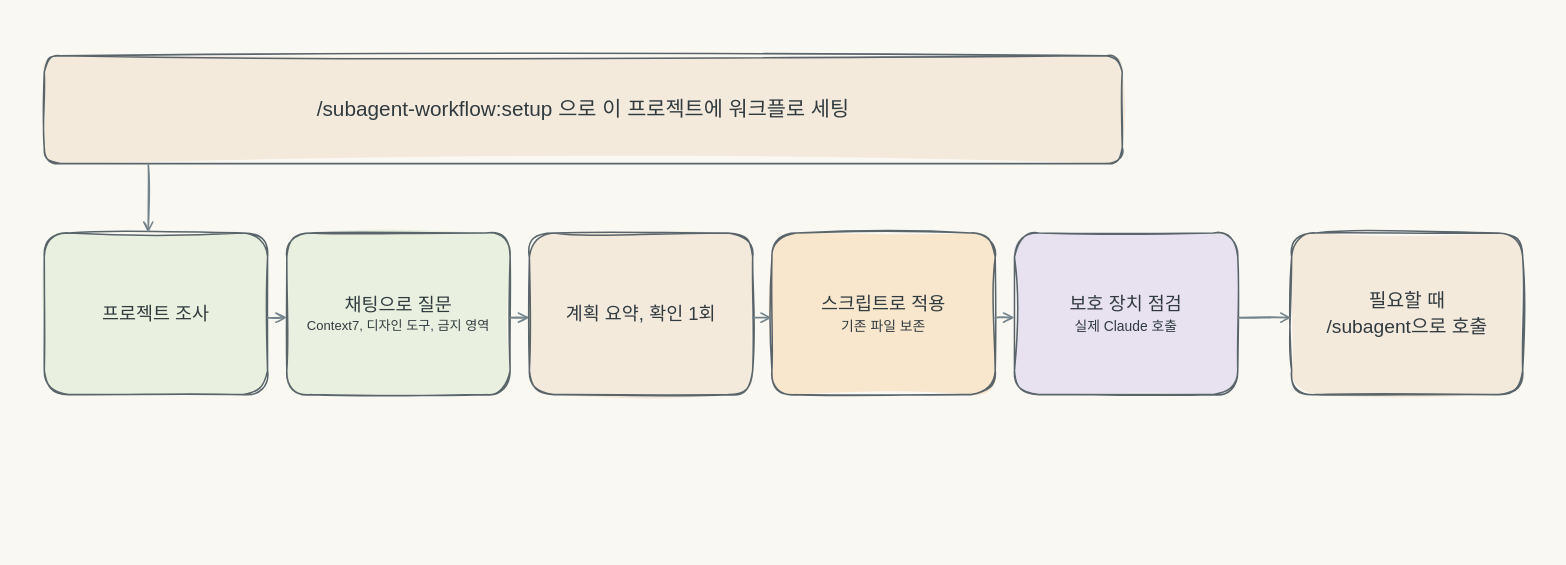
This is docs/assets/drawio/install-flow.ko.drawio from jbeat30/claude-subagent-workflow, a draw.io file, before an edit. Source tidied: cells renumbered, new cells numbered last; positions are measured from the earlier drawing's top-left corner, leaving out a move shared by most shapes. Both pictures are drawn from the tidied source at 77%, with x=0, y=0 at pixel (13, 13).
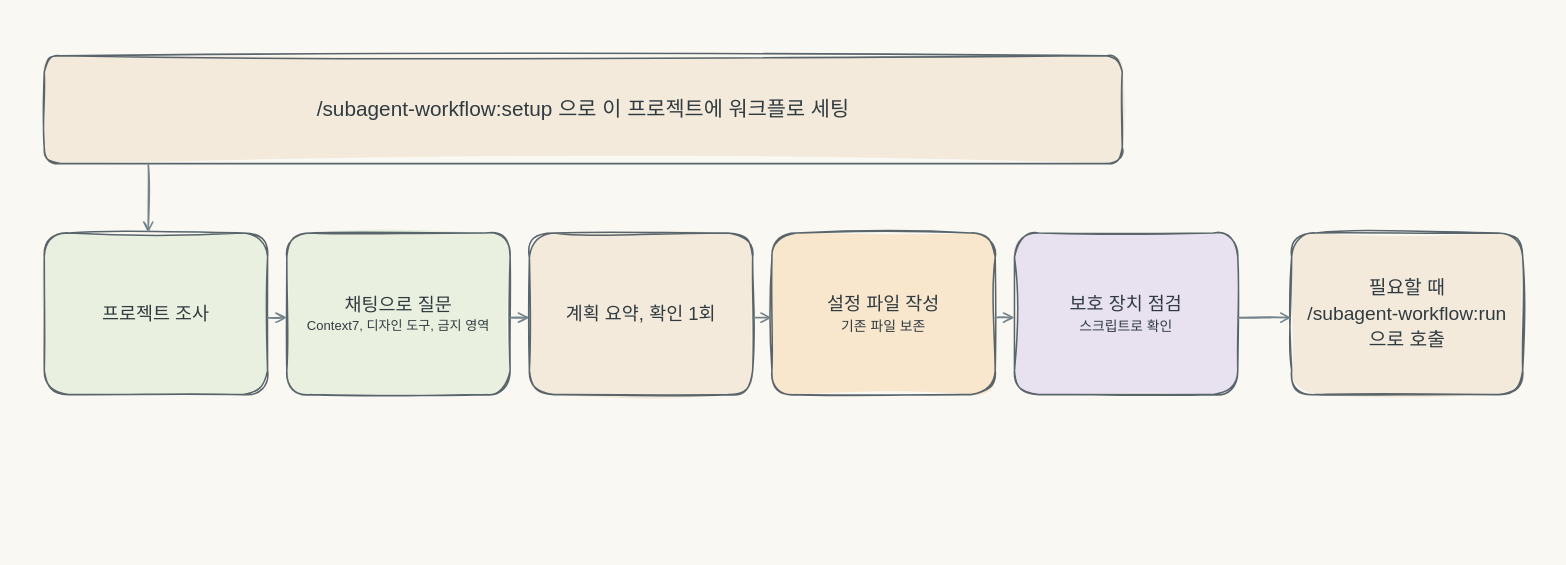
The same page after the edit.

Change to the diagram source:
```diff
@@
-    <mxCell id="7" value="&lt;div style=&quot;font-size:24.0px;font-weight:normal;line-height:1.35;color:#303B40;&quot;&gt;스크립트로 적용&lt;/div&gt;&lt;div style=&quot;font-size:18.0px;font-weight:normal;line-height:1.35;color:#303B40;&quot;&gt;기존 파일 보존&lt;/div&gt;" style="whiteSpace=wrap;html=1;align=center;verticalAlign=middle;fontFamily=Malgun Gothic;fontColor=#303B40;fillColor=#f8e6cd;spacing=12;rounded=1;sketch=1;jiggle=2;strokeWidth=2;strokeColor=#59656b;fillOpacity=100;opacity=100;fillStyle=solid;gradientColor=none;glass=0;fontStyle=0;" parent="1" vertex="1">
+    <mxCell id="7" value="&lt;div style=&quot;font-size:24.0px;font-weight:normal;line-height:1.35;color:#303B40;&quot;&gt;설정 파일 작성&lt;/div&gt;&lt;div style=&quot;font-size:18.0px;font-weight:normal;line-height:1.35;color:#303B40;&quot;&gt;기존 파일 보존&lt;/div&gt;" style="whiteSpace=wrap;html=1;align=center;verticalAlign=middle;fontFamily=Malgun Gothic;fontColor=#303B40;fillColor=#f8e6cd;spacing=12;rounded=1;sketch=1;jiggle=2;strokeWidth=2;strokeColor=#59656b;fillOpacity=100;opacity=100;fillStyle=solid;gradientColor=none;glass=0;fontStyle=0;" parent="1" vertex="1">
       <mxGeometry x="985" y="285" width="290" height="210" as="geometry" />
     </mxCell>
-    <mxCell id="8" value="&lt;div style=&quot;font-size:24.0px;font-weight:normal;line-height:1.35;color:#303B40;&quot;&gt;보호 장치 점검&lt;/div&gt;&lt;div style=&quot;font-size:18.0px;font-weight:normal;line-height:1.35;color:#303B40;&quot;&gt;실제 Claude 호출&lt;/div&gt;" style="whiteSpace=wrap;html=1;align=center;verticalAlign=middle;fontFamily=Malgun Gothic;fontColor=#303B40;fillColor=#e8e1f0;spacing=12;rounded=1;sketch=1;jiggle=2;strokeWidth=2;strokeColor=#59656b;fillOpacity=100;opacity=100;fillStyle=solid;gradientColor=none;glass=0;fontStyle=0;" parent="1" vertex="1">
+    <mxCell id="8" value="&lt;div style=&quot;font-size:24.0px;font-weight:normal;line-height:1.35;color:#303B40;&quot;&gt;보호 장치 점검&lt;/div&gt;&lt;div style=&quot;font-size:18.0px;font-weight:normal;line-height:1.35;color:#303B40;&quot;&gt;스크립트로 확인&lt;/div&gt;" style="whiteSpace=wrap;html=1;align=center;verticalAlign=middle;fontFamily=Malgun Gothic;fontColor=#303B40;fillColor=#e8e1f0;spacing=12;rounded=1;sketch=1;jiggle=2;strokeWidth=2;strokeColor=#59656b;fillOpacity=100;opacity=100;fillStyle=solid;gradientColor=none;glass=0;fontStyle=0;" parent="1" vertex="1">
       <mxGeometry x="1300" y="285" width="290" height="210" as="geometry" />
     </mxCell>
-    <mxCell id="9" value="&lt;div style=&quot;font-size:25.0px;font-weight:normal;line-height:1.35;color:#303B40;&quot;&gt;필요할 때&lt;/div&gt;&lt;div style=&quot;font-size:25.0px;font-weight:normal;line-height:1.35;color:#303B40;&quot;&gt;/subagent으로 호출&lt;/div&gt;" style="whiteSpace=wrap;html=1;align=center;verticalAlign=middle;fontFamily=Malgun Gothic;fontColor=#303B40;fillColor=#f3eadc;spacing=12;rounded=1;sketch=1;jiggle=2;strokeWidth=2;strokeColor=#59656b;fillOpacity=100;opacity=100;fillStyle=solid;gradientColor=none;glass=0;fontStyle=0;" parent="1" vertex="1">
+    <mxCell id="9" value="&lt;div style=&quot;font-size:25.0px;font-weight:normal;line-height:1.35;color:#303B40;&quot;&gt;필요할 때&lt;/div&gt;&lt;div style=&quot;font-size:25.0px;font-weight:normal;line-height:1.35;color:#303B40;&quot;&gt;/subagent-workflow:run으로 호출&lt;/div&gt;" style="whiteSpace=wrap;html=1;align=center;verticalAlign=middle;fontFamily=Malgun Gothic;fontColor=#303B40;fillColor=#f3eadc;spacing=12;rounded=1;sketch=1;jiggle=2;strokeWidth=2;strokeColor=#59656b;fillOpacity=100;opacity=100;fillStyle=solid;gradientColor=none;glass=0;fontStyle=0;" parent="1" vertex="1">
       <mxGeometry x="1660" y="285" width="300" height="210" as="geometry" />
     </mxCell>
```
